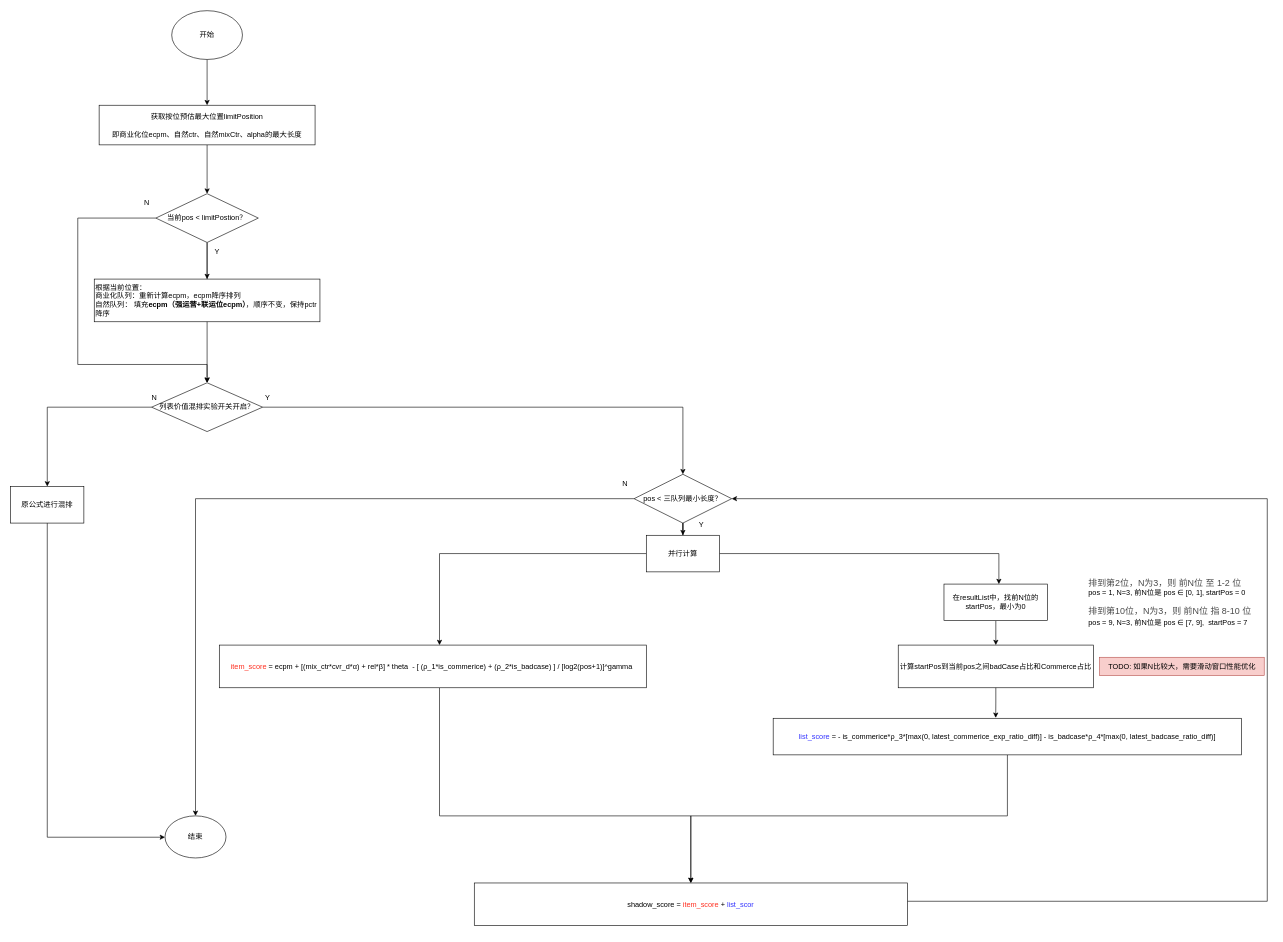
This is 22218713 【商店搜索】列表价值混排方法-虚拟价格.drawio from ETHAN0430/draw.io.repo, a draw.io file, before an edit. Source tidied: cells renumbered, new cells numbered last; positions are measured from the earlier drawing's top-left corner, leaving out a move shared by most shapes. Both pictures are drawn from the tidied source at 61%, with x=0, y=0 at pixel (10, 10).
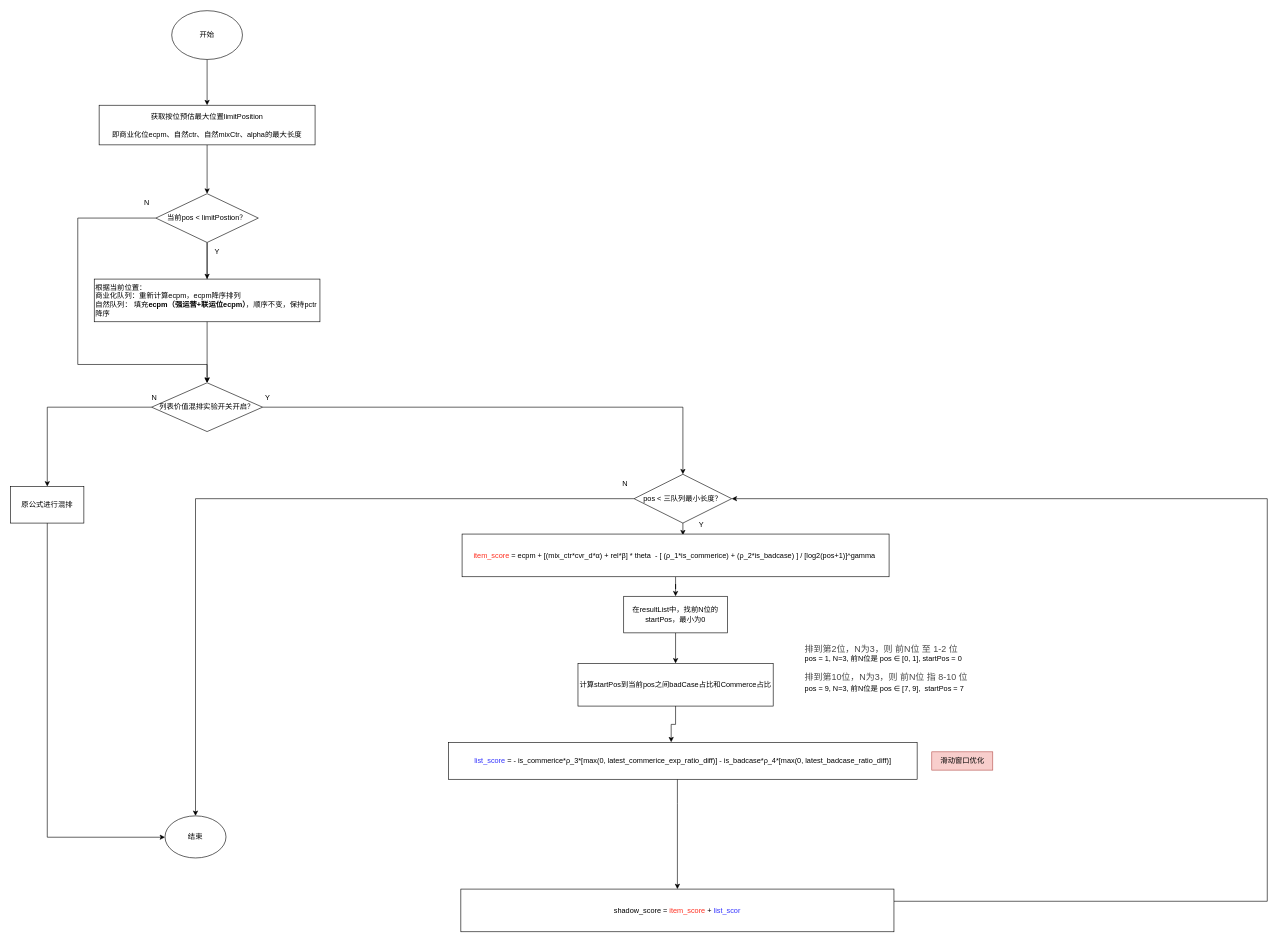
Above is the later version.

Commit message:
更新22218713 【商店搜索】列表价值混排方法-虚拟价格.drawio

Unchanged cells that the change refers to:
```xml
<mxCell id="29" value="pos &amp;lt; 三队列最小长度？" style="rhombus;whiteSpace=wrap;html=1;" parent="1" vertex="1">
  <mxGeometry x="1022" y="760" width="160" height="80" as="geometry" />
</mxCell>
```

Change to the diagram source:
```diff
@@
     <mxCell id="5" value="&lt;span&gt;&lt;div style=&quot;line-height: 100%;&quot; class=&quot;ql-code-block ql-long-10203 ql-authorBlock-10203 ql-direction-ltr&quot;&gt;shadow_score &lt;span class=&quot;ql-token hljs-operator&quot;&gt;=&lt;/span&gt; &lt;font color=&quot;#ff2e1f&quot;&gt;item_score&lt;/font&gt; &lt;span class=&quot;ql-token hljs-operator&quot;&gt;+&lt;/span&gt; &lt;font color=&quot;#3333ff&quot;&gt;list_scor&lt;/font&gt;&lt;/div&gt;&lt;/span&gt;" style="whiteSpace=wrap;html=1;" parent="1" vertex="1">
-      <mxGeometry x="760" y="1430" width="710" height="70" as="geometry" />
+      <mxGeometry x="738" y="1440" width="710" height="70" as="geometry" />
     </mxCell>
@@
     <mxCell id="23" value="&lt;span style=&quot;color: rgb(73, 73, 73); font-size: 14.6667px;&quot;&gt;排到第2位，N为3，则 前N位 至 1-2 位&lt;br&gt;&lt;/span&gt;pos = 1, N=3, 前N位是 pos ∈ [0, 1], startPos = 0&lt;br&gt;&lt;br style=&quot;color: rgb(73, 73, 73); font-size: 14.6667px;&quot;&gt;&lt;span style=&quot;color: rgb(73, 73, 73); font-size: 14.6667px;&quot;&gt;排到第10位，N为3，则 前N位 指 8-10 位&lt;br&gt;&lt;/span&gt;pos = 9, N=3, 前N位是 pos ∈ [7, 9],&amp;nbsp; startPos = 7&lt;span style=&quot;color: rgb(73, 73, 73); font-size: 14.6667px;&quot;&gt;&lt;br&gt;&lt;/span&gt;" style="text;html=1;align=left;verticalAlign=middle;strokeColor=none;fillColor=none;" parent="1" vertex="1">
-      <mxGeometry x="1765" y="920" width="290" height="100" as="geometry" />
+      <mxGeometry x="1300" y="1029" width="290" height="100" as="geometry" />
     </mxCell>
@@
     <mxCell id="25" value="在resultList中，找前N位的startPos，最小为0" style="whiteSpace=wrap;html=1;" parent="1" vertex="1">
-      <mxGeometry x="1530" y="940" width="170" height="60" as="geometry" />
+      <mxGeometry x="1005" y="960" width="170" height="60" as="geometry" />
     </mxCell>
     <mxCell id="26" value="计算startPos到当前pos之间badCase占比和Commerce占比" style="whiteSpace=wrap;html=1;" parent="1" vertex="1">
-      <mxGeometry x="1455" y="1040" width="320" height="70" as="geometry" />
+      <mxGeometry x="930" y="1070" width="320" height="70" as="geometry" />
     </mxCell>
@@
-    <mxCell id="28" style="edgeStyle=orthogonalEdgeStyle;rounded=0;jettySize=auto;html=1;" parent="1" edge="1" source="29" target="35">
-      <mxGeometry relative="1" as="geometry" />
+    <mxCell id="28" style="edgeStyle=orthogonalEdgeStyle;rounded=0;jettySize=auto;html=1;" parent="1" edge="1" source="29">
+      <mxGeometry relative="1" as="geometry">
+        <mxPoint x="1102" y="860" as="targetPoint" />
+      </mxGeometry>
     </mxCell>
@@
-    <mxCell id="31" value="TODO: 如果N比较大，需要滑动窗口性能优化" style="text;html=1;align=center;verticalAlign=middle;strokeColor=#b85450;fillColor=#f8cecc;" parent="1" vertex="1">
-      <mxGeometry x="1785" y="1060" width="270" height="30" as="geometry" />
+    <mxCell id="31" value="滑动窗口优化" style="text;html=1;align=center;verticalAlign=middle;strokeColor=#b85450;fillColor=#f8cecc;" parent="1" vertex="1">
+      <mxGeometry x="1510" y="1215" width="100" height="30" as="geometry" />
     </mxCell>
@@
-    <mxCell id="33" style="edgeStyle=orthogonalEdgeStyle;rounded=0;jettySize=auto;html=1;" parent="1" edge="1" source="35" target="37">
-      <mxGeometry relative="1" as="geometry">
-        <Array as="points">
-          <mxPoint x="703" y="890" />
-        </Array>
-      </mxGeometry>
-    </mxCell>
-    <mxCell id="34" style="edgeStyle=orthogonalEdgeStyle;rounded=0;jettySize=auto;html=1;" parent="1" edge="1" source="35">
-      <mxGeometry relative="1" as="geometry">
-        <mxPoint x="1620" y="940" as="targetPoint" />
-        <Array as="points">
-          <mxPoint x="1620" y="890" />
-        </Array>
-      </mxGeometry>
-    </mxCell>
-    <mxCell id="35" value="并行计算" style="whiteSpace=wrap;html=1;" parent="1" vertex="1">
-      <mxGeometry x="1042" y="860" width="120" height="60" as="geometry" />
-    </mxCell>
-    <mxCell id="36" style="edgeStyle=orthogonalEdgeStyle;rounded=0;jettySize=auto;html=1;entryX=0.5;entryY=0;entryDx=0;entryDy=0;" parent="1" edge="1" source="37" target="5">
-      <mxGeometry relative="1" as="geometry">
-        <Array as="points">
-          <mxPoint x="703" y="1320" />
-          <mxPoint x="1115" y="1320" />
-        </Array>
-      </mxGeometry>
-    </mxCell>
-    <mxCell id="37" value="&lt;div&gt;&lt;font style=&quot;background-color: initial; white-space: pre;&quot; color=&quot;#ff2e1f&quot;&gt;item_score&lt;/font&gt;&lt;span style=&quot;background-color: initial; white-space: pre;&quot;&gt; = ecpm + [(mix_ctr*cvr_d*α) + rel*β] * theta  - [ (ρ_1*is_commerice) + (ρ_2*is_badcase) ] / [log2(pos+1)]^gamma &lt;/span&gt;&lt;br&gt;&lt;/div&gt;" style="whiteSpace=wrap;html=1;" parent="1" vertex="1">
-      <mxGeometry x="342" y="1040" width="700" height="70" as="geometry" />
-    </mxCell>
     <mxCell id="38" style="edgeStyle=orthogonalEdgeStyle;rounded=0;jettySize=auto;html=1;entryX=0.5;entryY=0;entryDx=0;entryDy=0;" parent="1" edge="1" source="39" target="5">
       <mxGeometry relative="1" as="geometry">
         <Array as="points">
-          <mxPoint x="1634" y="1320" />
-          <mxPoint x="1115" y="1320" />
+          <mxPoint x="1093" y="1300" />
+          <mxPoint x="1093" y="1300" />
         </Array>
       </mxGeometry>
     </mxCell>
     <mxCell id="39" value="&lt;div&gt;&lt;font style=&quot;background-color: initial;&quot; color=&quot;#3333ff&quot;&gt;list_score&lt;/font&gt;&lt;span style=&quot;background-color: initial;&quot;&gt; = - is_commerice*ρ_3*[max(0, latest_commerice_exp_ratio_diff)] - is_badcase*ρ_4*[max(0, latest_badcase_ratio_diff)]&lt;/span&gt;&lt;br&gt;&lt;/div&gt;" style="whiteSpace=wrap;html=1;" parent="1" vertex="1">
-      <mxGeometry x="1250" y="1160" width="768" height="60" as="geometry" />
+      <mxGeometry x="718" y="1200" width="768" height="60" as="geometry" />
     </mxCell>
@@
+    <mxCell id="41" style="edgeStyle=orthogonalEdgeStyle;rounded=0;jettySize=auto;html=1;entryX=0.5;entryY=0;entryDx=0;entryDy=0;" parent="1" edge="1" source="37" target="25">
+      <mxGeometry relative="1" as="geometry" />
+    </mxCell>
+    <mxCell id="37" value="&lt;div&gt;&lt;font style=&quot;background-color: initial; white-space: pre;&quot; color=&quot;#ff2e1f&quot;&gt;item_score&lt;/font&gt;&lt;span style=&quot;background-color: initial; white-space: pre;&quot;&gt; = ecpm + [(mix_ctr*cvr_d*α) + rel*β] * theta  - [ (ρ_1*is_commerice) + (ρ_2*is_badcase) ] / [log2(pos+1)]^gamma &lt;/span&gt;&lt;br&gt;&lt;/div&gt;" style="whiteSpace=wrap;html=1;" parent="1" vertex="1">
+      <mxGeometry x="740" y="858" width="700" height="70" as="geometry" />
+    </mxCell>
```
